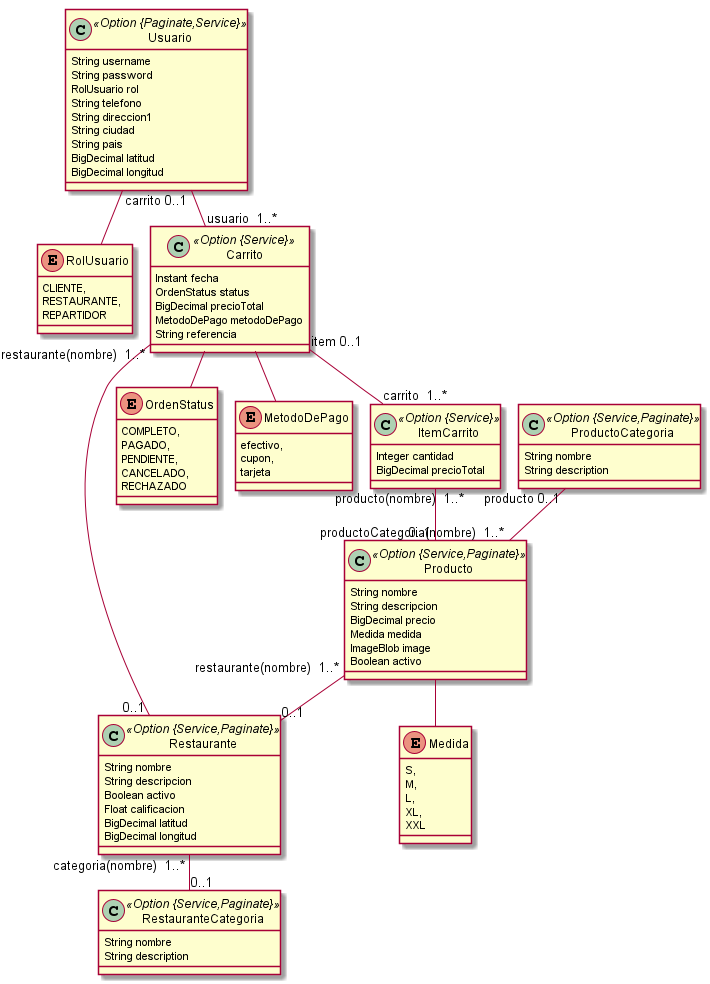
This is jhipster-jdl.png from maximilianoPizarro/pedidos-rapiditos-back, a PlantUML export, as it was before one commit.
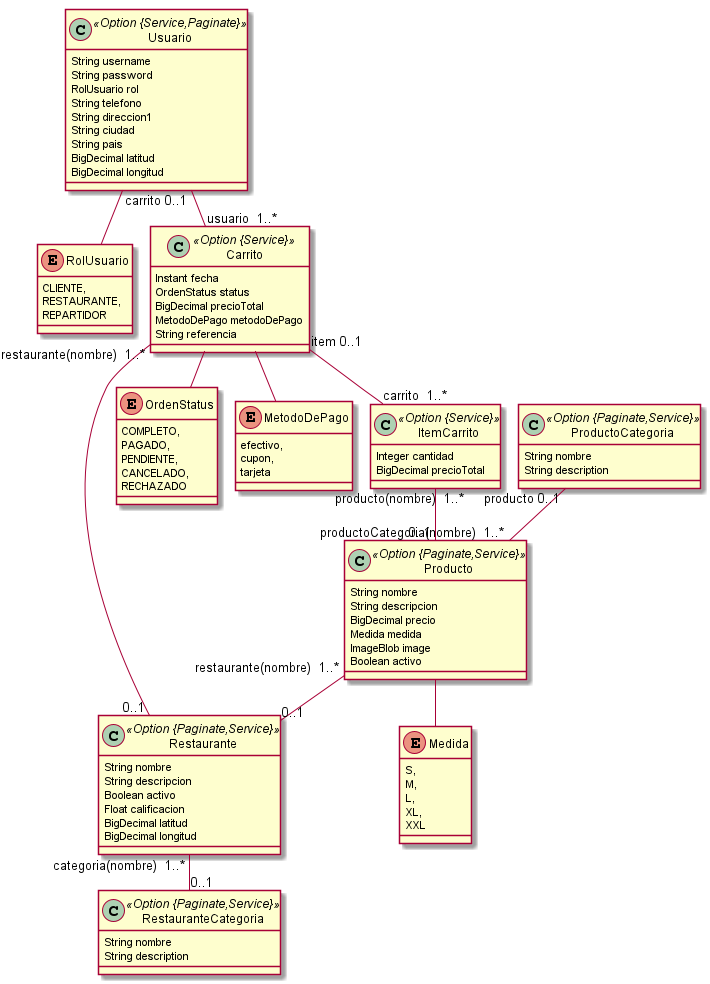
The same file after the commit.

Commit message:
permitALL /api

Diff of the diagram source:
```diff
@@ -1,7 +1,7 @@
 @startuml
 	!pragma graphviz_dot jdot
 	!pragma syntax class
-	class Producto <<Option {Service,Paginate}>> {
+	class Producto <<Option {Paginate,Service}>> {
 		String nombre
 		String descripcion
 		BigDecimal precio
@@ -10,7 +10,7 @@
 		Boolean activo
 	}
 	Producto ..> Medida
-	class Restaurante <<Option {Service,Paginate}>> {
+	class Restaurante <<Option {Paginate,Service}>> {
 		String nombre
 		String descripcion
 		Boolean activo
@@ -18,7 +18,7 @@
 		BigDecimal latitud
 		BigDecimal longitud
 	}
-	class RestauranteCategoria <<Option {Service,Paginate}>> {
+	class RestauranteCategoria <<Option {Paginate,Service}>> {
 		String nombre
 		String description
 	}
@@ -29,11 +29,11 @@
 		XL,
 		XXL
 	}
-	class ProductoCategoria <<Option {Service,Paginate}>> {
+	class ProductoCategoria <<Option {Paginate,Service}>> {
 		String nombre
 		String description
 	}
-	class Usuario <<Option {Paginate,Service}>> {
+	class Usuario <<Option {Service,Paginate}>> {
 		String username
 		String password
 		RolUsuario rol
```
